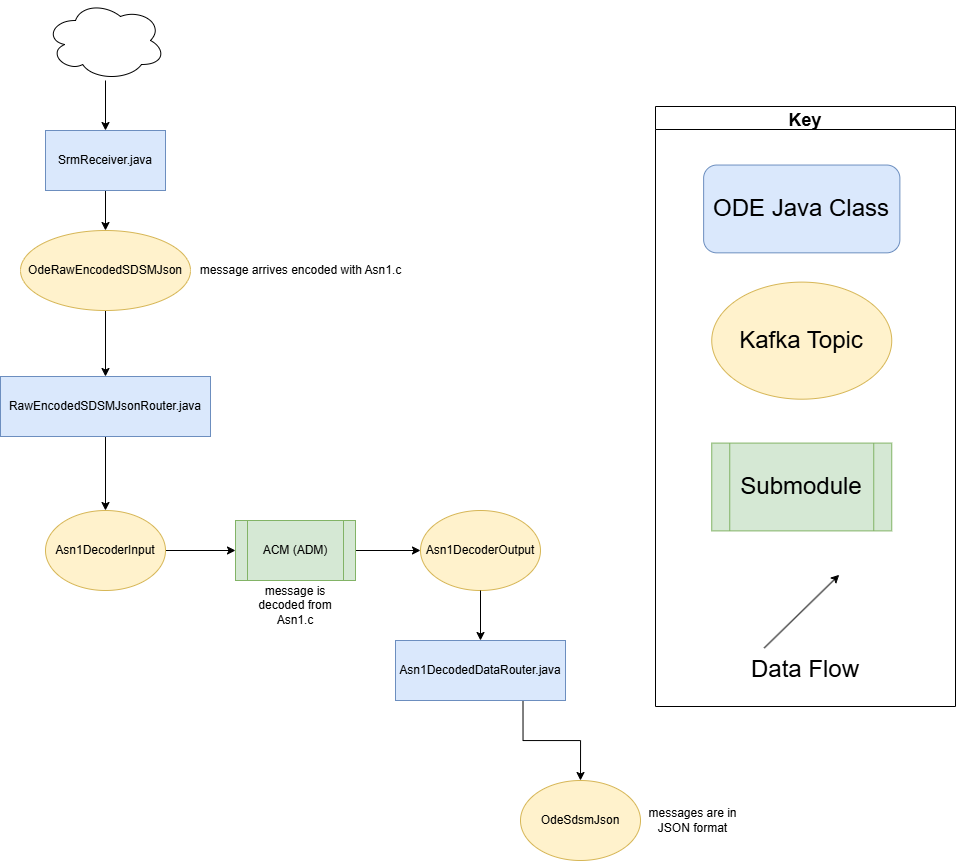
This is docs/data-flow-diagrams/sdsm/SDSM Data Flow.drawio.png from usdot-jpo-ode/jpo-ode, a draw.io export, as it was before one commit. Source tidied: cells renumbered, new cells last; positions are measured from the earlier drawing's top-left corner, leaving out a move shared by most shapes.
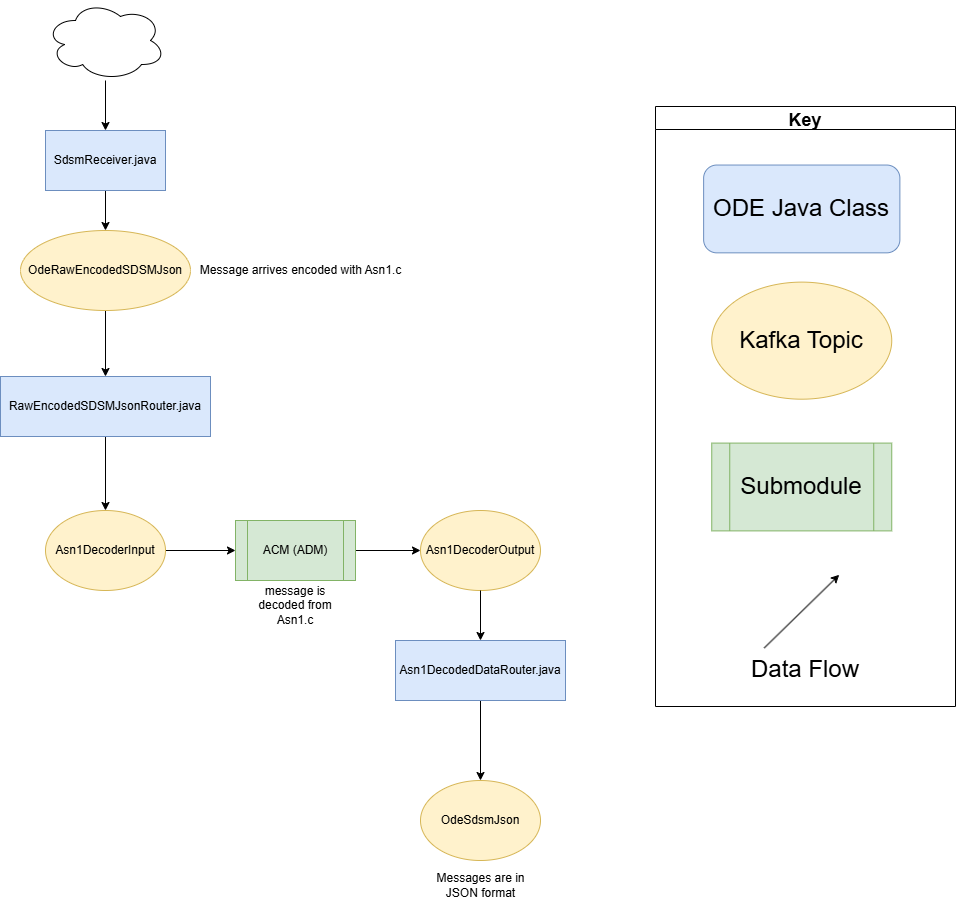
After the commit.

Commit message:
updates to SDSM readme references and flow diagram

What changed in the source:
```diff
@@ -2,7 +2,7 @@
   <root>
     <mxCell id="0" />
     <mxCell id="1" parent="0" />
-    <mxCell id="2" style="edgeStyle=orthogonalEdgeStyle;rounded=0;jettySize=auto;html=1;exitX=0.75;exitY=1;exitDx=0;exitDy=0;" parent="1" edge="1" source="3" target="25">
+    <mxCell id="2" style="edgeStyle=orthogonalEdgeStyle;rounded=0;jettySize=auto;html=1;exitX=0.5;exitY=1;exitDx=0;exitDy=0;" parent="1" edge="1" source="3" target="25">
       <mxGeometry relative="1" as="geometry" />
     </mxCell>
     <mxCell id="3" value="Asn1DecodedDataRouter.java" style="rounded=0;whiteSpace=wrap;html=1;fillColor=#dae8fc;strokeColor=#6c8ebf;" parent="1" vertex="1">
@@ -29,7 +29,7 @@
     <mxCell id="10" style="edgeStyle=orthogonalEdgeStyle;rounded=0;jettySize=auto;html=1;entryX=0.5;entryY=0;entryDx=0;entryDy=0;" parent="1" edge="1" source="11" target="12">
       <mxGeometry relative="1" as="geometry" />
     </mxCell>
-    <mxCell id="11" value="SrmReceiver.java" style="rounded=0;whiteSpace=wrap;html=1;fillColor=#dae8fc;strokeColor=#6c8ebf;" parent="1" vertex="1">
+    <mxCell id="11" value="SdsmReceiver.java" style="rounded=0;whiteSpace=wrap;html=1;fillColor=#dae8fc;strokeColor=#6c8ebf;" parent="1" vertex="1">
       <mxGeometry x="45" y="130" width="120" height="60" as="geometry" />
     </mxCell>
     <mxCell id="12" value="OdeRawEncodedSDSMJson" style="ellipse;whiteSpace=wrap;html=1;fillColor=#fff2cc;strokeColor=#d6b656;" parent="1" vertex="1">
@@ -75,16 +75,16 @@
       <mxGeometry x="48.1" y="58.5" width="196.2" height="87.8" as="geometry" />
     </mxCell>
     <mxCell id="25" value="OdeSdsmJson" style="ellipse;whiteSpace=wrap;html=1;fillColor=#fff2cc;strokeColor=#d6b656;" parent="1" vertex="1">
-      <mxGeometry x="520" y="780" width="120" height="80" as="geometry" />
+      <mxGeometry x="420" y="780" width="120" height="80" as="geometry" />
     </mxCell>
-    <mxCell id="26" value="message arrives encoded with Asn1.c" style="text;html=1;align=center;verticalAlign=middle;strokeColor=none;fillColor=none;" parent="1" vertex="1">
-      <mxGeometry x="190" y="260" width="220" height="20" as="geometry" />
+    <mxCell id="26" value="Message arrives encoded with Asn1.c" style="text;html=1;align=center;verticalAlign=middle;strokeColor=none;fillColor=none;" parent="1" vertex="1">
+      <mxGeometry x="190" y="255" width="220" height="30" as="geometry" />
     </mxCell>
     <mxCell id="27" value="message is decoded from Asn1.c" style="text;html=1;strokeColor=none;fillColor=none;align=center;verticalAlign=middle;whiteSpace=wrap;rounded=0;" parent="1" vertex="1">
       <mxGeometry x="240" y="580" width="110" height="50" as="geometry" />
     </mxCell>
-    <mxCell id="28" value="messages are in JSON format" style="text;html=1;strokeColor=none;fillColor=none;align=center;verticalAlign=middle;whiteSpace=wrap;rounded=0;" parent="1" vertex="1">
-      <mxGeometry x="640" y="795" width="105" height="50" as="geometry" />
+    <mxCell id="28" value="Messages are in JSON format" style="text;html=1;strokeColor=none;fillColor=none;align=center;verticalAlign=middle;whiteSpace=wrap;rounded=0;" parent="1" vertex="1">
+      <mxGeometry x="427.5" y="860" width="105" height="50" as="geometry" />
     </mxCell>
   </root>
 </mxGraphModel>
```
